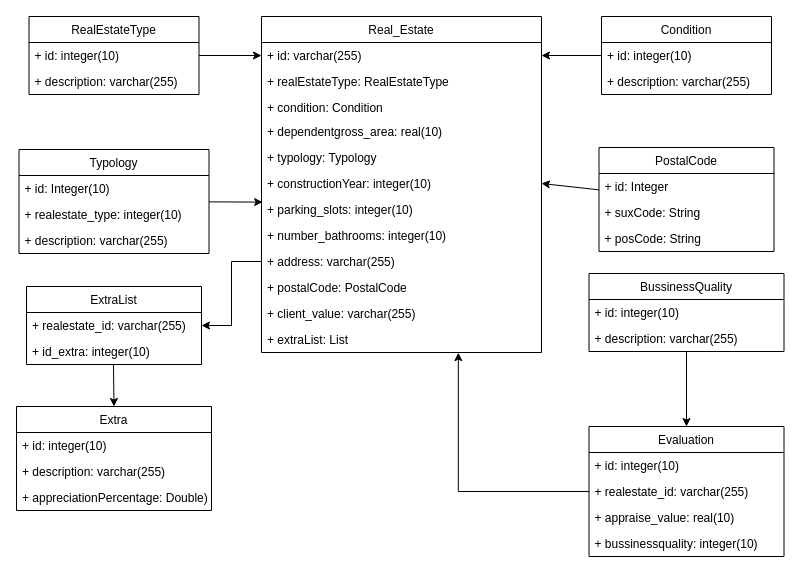
Above: Docs/ClassDiagram.drawio in Summorox/Real-Estate-Appraisal (draw.io), before the change. Source tidied: cells renumbered, new cells numbered last; positions are measured from the earlier drawing's top-left corner, leaving out a move shared by most shapes. Both pictures are drawn from the tidied source at 100%, with x=0, y=0 at pixel (16, 16).
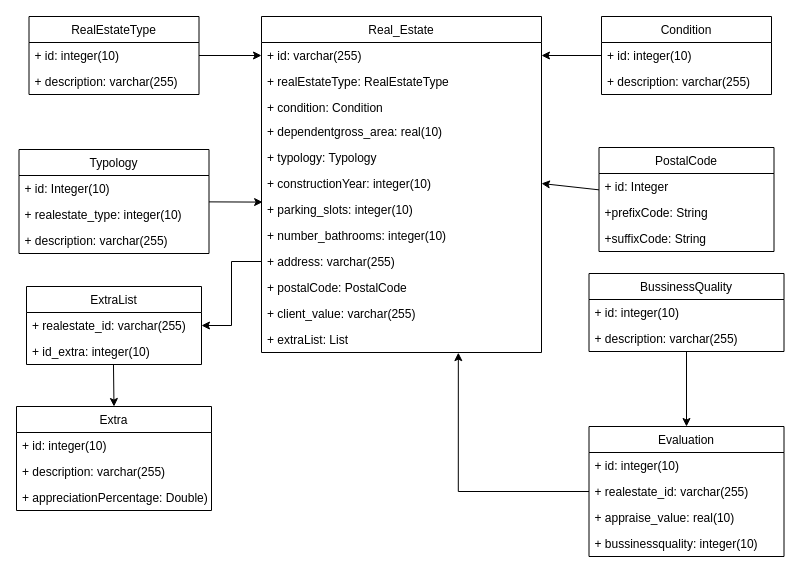
After the change.

Commit message (it also covers changes not shown here):
Update the class diagram and PostalCode class

The change refers to these unchanged cells:
```xml
<mxCell id="43" value="PostalCode" style="swimlane;fontStyle=0;horizontal=1;startSize=26;fillColor=none;" parent="1" vertex="1">
  <mxGeometry x="582.5" y="131" width="175" height="104" as="geometry" />
</mxCell>
```

Diff of the diagram source:
```diff
@@
-    <mxCell id="45" value="+ suxCode: String" style="text;strokeColor=none;fillColor=none;align=left;verticalAlign=top;spacingLeft=4;spacingRight=4;overflow=hidden;" parent="43" vertex="1">
+    <mxCell id="45" value="+prefixCode: String" style="text;strokeColor=none;fillColor=none;align=left;verticalAlign=top;spacingLeft=4;spacingRight=4;overflow=hidden;" parent="43" vertex="1">
       <mxGeometry y="52" width="175" height="26" as="geometry" />
     </mxCell>
-    <mxCell id="46" value="+ posCode: String" style="text;strokeColor=none;fillColor=none;align=left;verticalAlign=top;spacingLeft=4;spacingRight=4;overflow=hidden;" parent="43" vertex="1">
+    <mxCell id="46" value="+suffixCode: String" style="text;strokeColor=none;fillColor=none;align=left;verticalAlign=top;spacingLeft=4;spacingRight=4;overflow=hidden;" parent="43" vertex="1">
       <mxGeometry y="78" width="175" height="26" as="geometry" />
     </mxCell>
```
